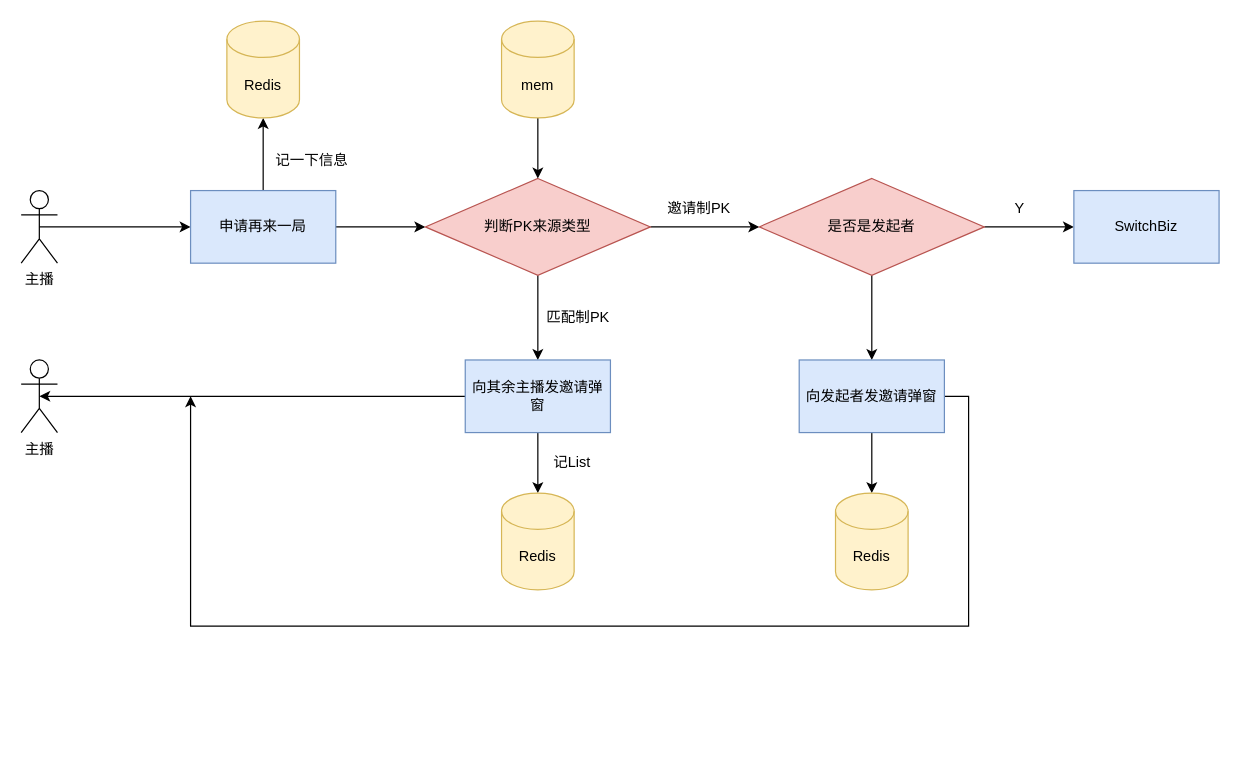
The draw.io diagram PK融合二期.drawio in fengyn1218/draw-pic, before the edit. Source tidied: cells renumbered, new cells numbered last; positions are measured from the earlier drawing's top-left corner, leaving out a move shared by most shapes. Both pictures are drawn from the tidied source at 121%, with x=0, y=0 at pixel (21, 21).
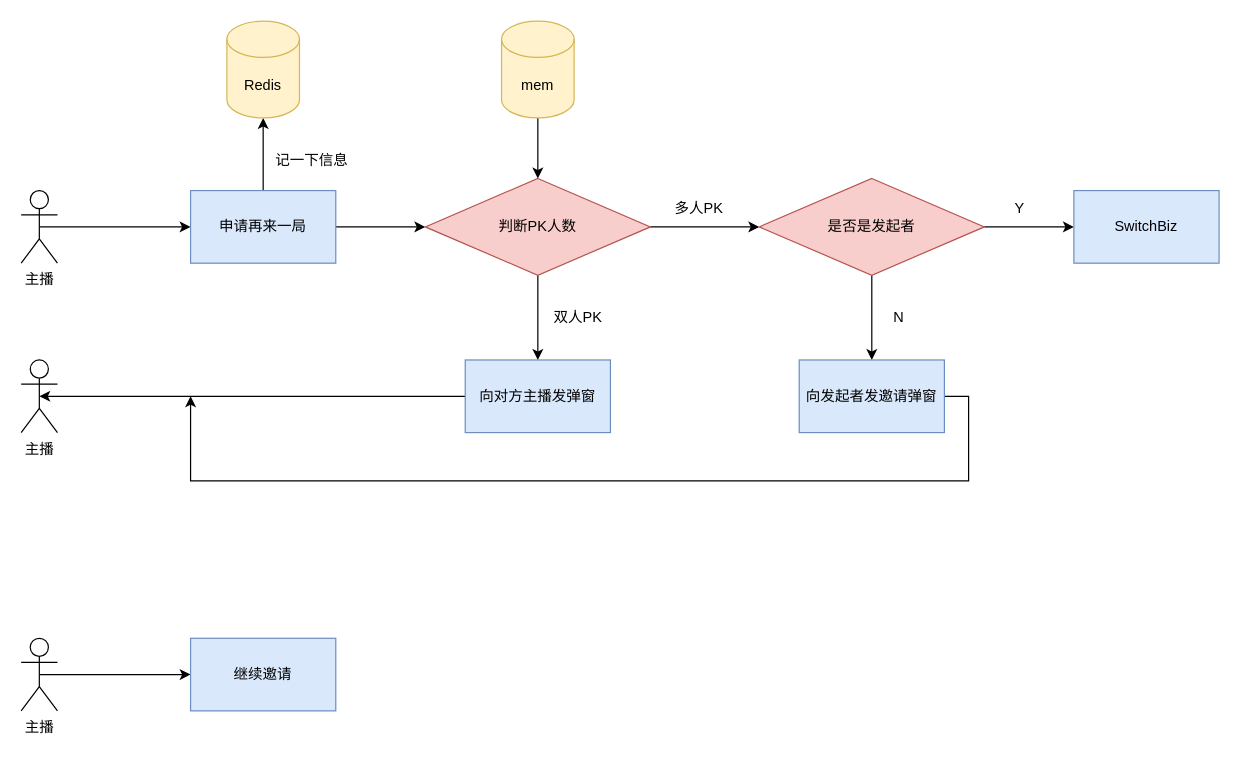
The same diagram, later.

Commit message:
更新PK融合二期.drawio

Unchanged cells that the change refers to:
```xml
<mxCell id="28" value="向发起者发邀请弹窗" style="rounded=0;whiteSpace=wrap;html=1;fillColor=#dae8fc;strokeColor=#6c8ebf;" parent="1" vertex="1">
  <mxGeometry x="643" y="280" width="120" height="60" as="geometry" />
</mxCell>
```

What changed in the source:
```diff
@@
-    <mxCell id="9" value="判断PK来源类型" style="rhombus;whiteSpace=wrap;html=1;fillColor=#f8cecc;strokeColor=#b85450;" parent="1" vertex="1">
+    <mxCell id="9" value="判断PK人数" style="rhombus;whiteSpace=wrap;html=1;fillColor=#f8cecc;strokeColor=#b85450;" parent="1" vertex="1">
       <mxGeometry x="334" y="130" width="186" height="80" as="geometry" />
     </mxCell>
@@
-    <mxCell id="12" value="邀请制PK" style="text;html=1;align=center;verticalAlign=middle;strokeColor=none;fillColor=none;" parent="1" vertex="1">
-      <mxGeometry x="520" y="140" width="80" height="30" as="geometry" />
+    <mxCell id="12" value="多人PK" style="text;html=1;align=center;verticalAlign=middle;strokeColor=none;fillColor=none;" parent="1" vertex="1">
+      <mxGeometry x="530" y="140" width="60" height="30" as="geometry" />
     </mxCell>
@@
-    <mxCell id="20" style="edgeStyle=orthogonalEdgeStyle;rounded=0;jettySize=auto;html=1;exitX=0.5;exitY=1;exitDx=0;exitDy=0;entryX=0.5;entryY=0;entryDx=0;entryDy=0;entryPerimeter=0;" parent="1" edge="1" source="22" target="24">
-      <mxGeometry relative="1" as="geometry" />
-    </mxCell>
@@
-    <mxCell id="22" value="向其余主播发邀请弹窗" style="rounded=0;whiteSpace=wrap;html=1;fillColor=#dae8fc;strokeColor=#6c8ebf;" parent="1" vertex="1">
+    <mxCell id="22" value="向对方主播发弹窗" style="rounded=0;whiteSpace=wrap;html=1;fillColor=#dae8fc;strokeColor=#6c8ebf;" parent="1" vertex="1">
       <mxGeometry x="367" y="280" width="120" height="60" as="geometry" />
     </mxCell>
-    <mxCell id="23" value="匹配制PK" style="text;html=1;align=center;verticalAlign=middle;strokeColor=none;fillColor=none;" parent="1" vertex="1">
-      <mxGeometry x="420" y="230" width="80" height="30" as="geometry" />
+    <mxCell id="23" value="双人PK" style="text;html=1;align=center;verticalAlign=middle;strokeColor=none;fillColor=none;" parent="1" vertex="1">
+      <mxGeometry x="430" y="230" width="60" height="30" as="geometry" />
     </mxCell>
-    <mxCell id="24" value="Redis" style="shape=cylinder3;whiteSpace=wrap;html=1;boundedLbl=1;backgroundOutline=1;size=15;fillColor=#fff2cc;strokeColor=#d6b656;" parent="1" vertex="1">
-      <mxGeometry x="397" y="390" width="60" height="80" as="geometry" />
-    </mxCell>
-    <mxCell id="25" value="记List" style="text;html=1;align=center;verticalAlign=middle;strokeColor=none;fillColor=none;" parent="1" vertex="1">
-      <mxGeometry x="430" y="350" width="50" height="30" as="geometry" />
-    </mxCell>
-    <mxCell id="26" style="edgeStyle=orthogonalEdgeStyle;rounded=0;jettySize=auto;html=1;exitX=0.5;exitY=1;exitDx=0;exitDy=0;entryX=0.5;entryY=0;entryDx=0;entryDy=0;entryPerimeter=0;" parent="1" edge="1" source="28" target="29">
-      <mxGeometry relative="1" as="geometry" />
-    </mxCell>
     <mxCell id="27" style="edgeStyle=orthogonalEdgeStyle;rounded=0;jettySize=auto;html=1;exitX=1;exitY=0.5;exitDx=0;exitDy=0;" parent="1" edge="1" source="28">
       <mxGeometry relative="1" as="geometry">
         <mxPoint x="140" y="310" as="targetPoint" />
         <Array as="points">
           <mxPoint x="783" y="310" />
-          <mxPoint x="783" y="500" />
-          <mxPoint x="140" y="500" />
+          <mxPoint x="783" y="380" />
+          <mxPoint x="140" y="380" />
         </Array>
       </mxGeometry>
     </mxCell>
@@
-    <mxCell id="29" value="Redis" style="shape=cylinder3;whiteSpace=wrap;html=1;boundedLbl=1;backgroundOutline=1;size=15;fillColor=#fff2cc;strokeColor=#d6b656;" parent="1" vertex="1">
-      <mxGeometry x="673" y="390" width="60" height="80" as="geometry" />
-    </mxCell>
@@
+    <mxCell id="31" value="N" style="text;html=1;align=center;verticalAlign=middle;strokeColor=none;fillColor=none;" parent="1" vertex="1">
+      <mxGeometry x="710" y="230" width="30" height="30" as="geometry" />
+    </mxCell>
+    <mxCell id="32" style="edgeStyle=orthogonalEdgeStyle;rounded=0;jettySize=auto;html=1;exitX=0.5;exitY=0.5;exitDx=0;exitDy=0;exitPerimeter=0;entryX=0;entryY=0.5;entryDx=0;entryDy=0;" parent="1" edge="1" source="33" target="34">
+      <mxGeometry relative="1" as="geometry" />
+    </mxCell>
+    <mxCell id="33" value="主播" style="shape=umlActor;verticalLabelPosition=bottom;verticalAlign=top;html=1;outlineConnect=0;" parent="1" vertex="1">
+      <mxGeometry y="510" width="30" height="60" as="geometry" />
+    </mxCell>
+    <mxCell id="34" value="继续邀请" style="rounded=0;whiteSpace=wrap;html=1;fillColor=#dae8fc;strokeColor=#6c8ebf;" parent="1" vertex="1">
+      <mxGeometry x="140" y="510" width="120" height="60" as="geometry" />
+    </mxCell>
```
